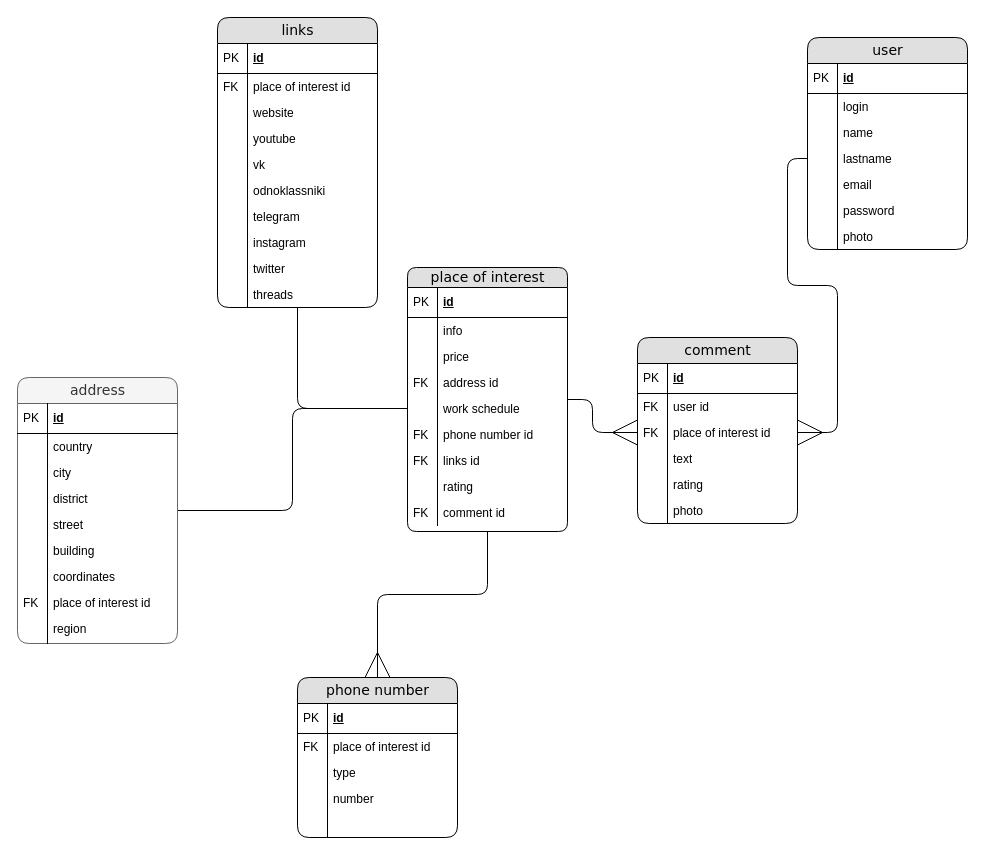
Before: diagram/ERD.drawio in RinaBoni/travel_helper, a draw.io diagram. Source tidied: cells renumbered, new cells numbered last; positions are measured from the earlier drawing's top-left corner, leaving out a move shared by most shapes. Both pictures are drawn from the tidied source at 100%, with x=0, y=0 at pixel (17, 17).
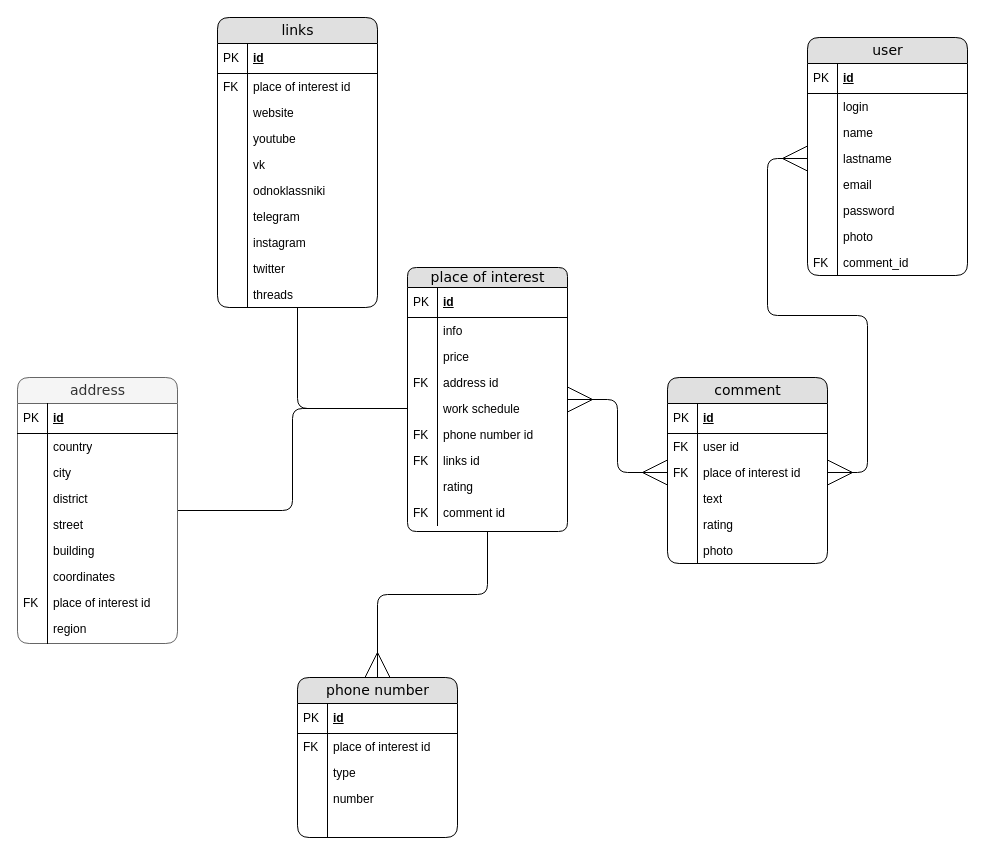
The same page after the edit.

The change refers to these unchanged cells:
```xml
<mxCell id="3" value="place of interest" style="swimlane;html=1;fontStyle=0;horizontal=1;startSize=20;fillColor=#e0e0e0;swimlaneFillColor=#ffffff;align=center;rounded=1;shadow=0;comic=0;labelBackgroundColor=none;strokeWidth=1;fontFamily=Verdana;fontSize=14;glass=0;swimlaneLine=1;" parent="1" vertex="1">
  <mxGeometry x="390" y="250" width="160" height="264" as="geometry" />
</mxCell>
<mxCell id="27" value="place of interest id" style="shape=partialRectangle;top=0;left=0;right=0;bottom=0;html=1;align=left;verticalAlign=top;fillColor=none;spacingLeft=34;spacingRight=4;whiteSpace=wrap;overflow=hidden;points=[[0,0.5],[1,0.5]];portConstraint=eastwest;" parent="22" vertex="1">
  <mxGeometry y="82" width="160" height="26" as="geometry" />
</mxCell>
<mxCell id="42" value="lastname" style="shape=partialRectangle;top=0;left=0;right=0;bottom=0;html=1;align=left;verticalAlign=top;fillColor=none;spacingLeft=34;spacingRight=4;whiteSpace=wrap;overflow=hidden;points=[[0,0.5],[1,0.5]];portConstraint=eastwest;" parent="35" vertex="1">
  <mxGeometry y="108" width="160" height="26" as="geometry" />
</mxCell>
```

Diff of the diagram source:
```diff
@@
-    <mxCell id="2" style="edgeStyle=orthogonalEdgeStyle;jettySize=auto;html=1;entryX=0;entryY=0.5;entryDx=0;entryDy=0;endArrow=ERmany;endFill=0;startSize=6;strokeWidth=1;endSize=23;rounded=1;" parent="1" edge="1" source="3" target="27">
+    <mxCell id="2" style="edgeStyle=orthogonalEdgeStyle;jettySize=auto;html=1;entryX=0;entryY=0.5;entryDx=0;entryDy=0;endArrow=ERmany;endFill=0;startSize=23;strokeWidth=1;endSize=23;rounded=1;startArrow=ERmany;startFill=0;" parent="1" edge="1" source="3" target="27">
       <mxGeometry relative="1" as="geometry" />
     </mxCell>
@@
     <mxCell id="22" value="comment" style="swimlane;html=1;fontStyle=0;horizontal=1;startSize=26;fillColor=#e0e0e0;swimlaneFillColor=#ffffff;align=center;rounded=1;shadow=0;comic=0;labelBackgroundColor=none;strokeWidth=1;fontFamily=Verdana;fontSize=14;" parent="1" vertex="1">
-      <mxGeometry x="620" y="320" width="160" height="186" as="geometry" />
+      <mxGeometry x="650" y="360" width="160" height="186" as="geometry" />
     </mxCell>
@@
     <mxCell id="35" value="user" style="swimlane;html=1;fontStyle=0;horizontal=1;startSize=26;fillColor=#e0e0e0;swimlaneFillColor=#ffffff;align=center;rounded=1;shadow=0;comic=0;labelBackgroundColor=none;strokeWidth=1;fontFamily=Verdana;fontSize=14;" parent="1" vertex="1">
-      <mxGeometry x="790" y="20" width="160" height="212" as="geometry" />
+      <mxGeometry x="790" y="20" width="160" height="238" as="geometry" />
     </mxCell>
@@
+    <mxCell id="105" value="comment_id" style="shape=partialRectangle;top=0;left=0;right=0;bottom=0;html=1;align=left;verticalAlign=top;fillColor=none;spacingLeft=34;spacingRight=4;whiteSpace=wrap;overflow=hidden;" parent="35" vertex="1">
+      <mxGeometry y="212" width="160" height="26" as="geometry" />
+    </mxCell>
+    <mxCell id="106" value="FK" style="shape=partialRectangle;top=0;left=0;bottom=0;html=1;fillColor=none;align=left;verticalAlign=top;spacingLeft=4;spacingRight=4;whiteSpace=wrap;overflow=hidden;" parent="105" vertex="1">
+      <mxGeometry width="30" height="26" as="geometry" />
+    </mxCell>
@@
-    <mxCell id="72" style="edgeStyle=orthogonalEdgeStyle;rounded=1;jettySize=auto;html=1;entryX=0;entryY=0.5;entryDx=0;entryDy=0;endArrow=none;endFill=0;startArrow=ERmany;startFill=0;strokeWidth=1;endSize=23;startSize=23;" parent="1" edge="1" source="27" target="42">
+    <mxCell id="72" style="edgeStyle=orthogonalEdgeStyle;rounded=1;jettySize=auto;html=1;entryX=0;entryY=0.5;entryDx=0;entryDy=0;endArrow=ERmany;endFill=0;startArrow=ERmany;startFill=0;strokeWidth=1;endSize=23;startSize=23;" parent="1" edge="1" source="27" target="42">
       <mxGeometry relative="1" as="geometry" />
     </mxCell>
```
